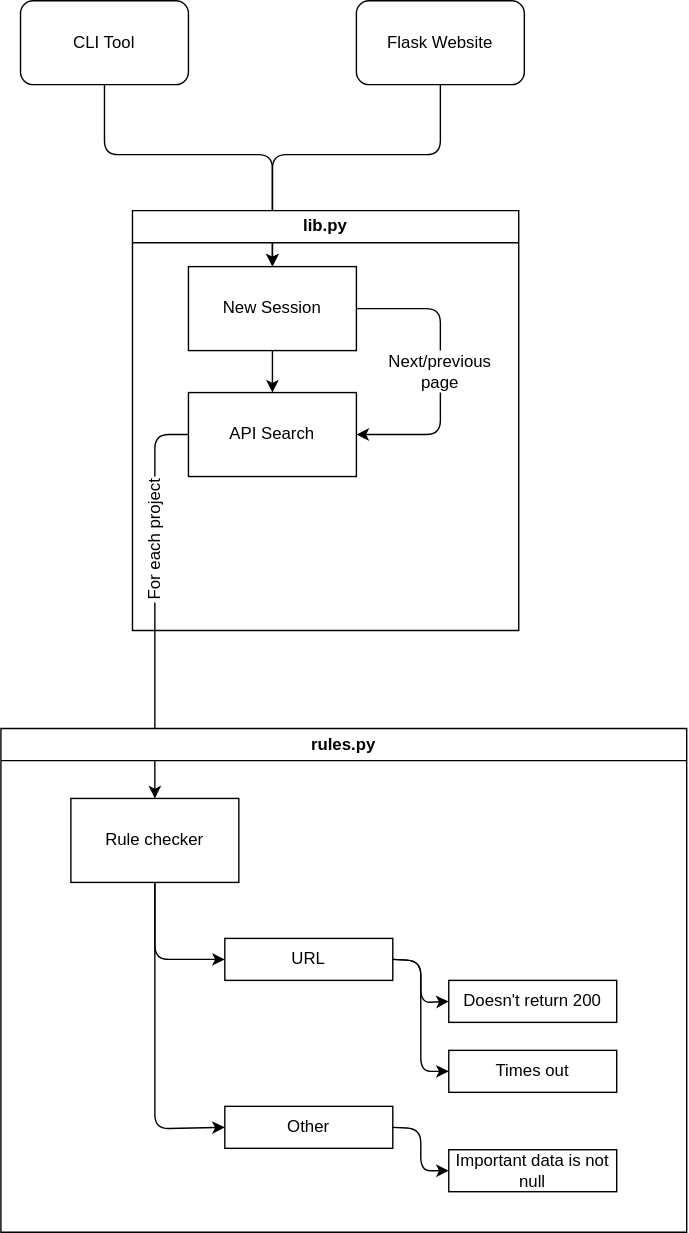
Before: architecture.drawio.svg, a diagram exported from draw.io (3top1a/biotools-linter). Source tidied: cells renumbered, new cells last; positions are measured from the earlier drawing's top-left corner, leaving out a move shared by most shapes. The source it was exported from:
```xml
<mxGraphModel>
  <root>
    <mxCell id="0" />
    <mxCell id="1" parent="0" />
    <mxCell id="2" style="edgeStyle=none;html=1;exitX=0.5;exitY=1;exitDx=0;exitDy=0;entryX=0.5;entryY=0;entryDx=0;entryDy=0;" parent="1" edge="1" source="3" target="10">
      <mxGeometry relative="1" as="geometry">
        <Array as="points">
          <mxPoint x="74" y="110" />
          <mxPoint x="194" y="110" />
        </Array>
      </mxGeometry>
    </mxCell>
    <mxCell id="3" value="CLI Tool" style="rounded=1;whiteSpace=wrap;html=1;" parent="1" vertex="1">
      <mxGeometry x="14" width="120" height="60" as="geometry" />
    </mxCell>
    <mxCell id="4" style="edgeStyle=none;html=1;exitX=0.5;exitY=1;exitDx=0;exitDy=0;entryX=0.5;entryY=0;entryDx=0;entryDy=0;" parent="1" edge="1" source="5" target="10">
      <mxGeometry relative="1" as="geometry">
        <Array as="points">
          <mxPoint x="314" y="110" />
          <mxPoint x="194" y="110" />
        </Array>
      </mxGeometry>
    </mxCell>
    <mxCell id="5" value="Flask Website" style="rounded=1;whiteSpace=wrap;html=1;" parent="1" vertex="1">
      <mxGeometry x="254" width="120" height="60" as="geometry" />
    </mxCell>
    <mxCell id="6" style="edgeStyle=none;html=1;exitX=0;exitY=0.5;exitDx=0;exitDy=0;entryX=0.5;entryY=0;entryDx=0;entryDy=0;startArrow=none;" parent="1" edge="1" source="12" target="17">
      <mxGeometry relative="1" as="geometry" />
    </mxCell>
    <mxCell id="7" value="lib.py" style="swimlane;whiteSpace=wrap;html=1;" parent="1" vertex="1">
      <mxGeometry x="94" y="150" width="276" height="300" as="geometry" />
    </mxCell>
    <mxCell id="8" value="API Search" style="whiteSpace=wrap;html=1;rounded=0;" parent="7" vertex="1">
      <mxGeometry x="40" y="130" width="120" height="60" as="geometry" />
    </mxCell>
    <mxCell id="9" style="edgeStyle=none;html=1;exitX=0.5;exitY=1;exitDx=0;exitDy=0;entryX=1;entryY=0.5;entryDx=0;entryDy=0;startArrow=none;" parent="7" edge="1" source="14" target="8">
      <mxGeometry relative="1" as="geometry">
        <Array as="points">
          <mxPoint x="220" y="160" />
        </Array>
      </mxGeometry>
    </mxCell>
    <mxCell id="10" value="New Session" style="rounded=0;whiteSpace=wrap;html=1;" parent="7" vertex="1">
      <mxGeometry x="40" y="40" width="120" height="60" as="geometry" />
    </mxCell>
    <mxCell id="11" style="edgeStyle=none;html=1;exitX=0.5;exitY=1;exitDx=0;exitDy=0;entryX=0.5;entryY=0;entryDx=0;entryDy=0;" parent="7" edge="1" source="10" target="8">
      <mxGeometry relative="1" as="geometry" />
    </mxCell>
    <mxCell id="12" value="For each project" style="text;html=1;strokeColor=none;fillColor=none;align=center;verticalAlign=middle;whiteSpace=wrap;rounded=0;rotation=-90;" parent="7" vertex="1">
      <mxGeometry x="-29" y="220" width="90" height="30" as="geometry" />
    </mxCell>
    <mxCell id="13" style="edgeStyle=none;html=1;exitX=0;exitY=0.5;exitDx=0;exitDy=0;entryX=1;entryY=0.5;entryDx=0;entryDy=0;endArrow=none;" parent="7" edge="1" source="8" target="12">
      <mxGeometry relative="1" as="geometry">
        <Array as="points">
          <mxPoint x="16" y="160" />
        </Array>
      </mxGeometry>
    </mxCell>
    <mxCell id="14" value="Next/previous page" style="text;html=1;strokeColor=none;fillColor=none;align=center;verticalAlign=middle;whiteSpace=wrap;rounded=0;" parent="7" vertex="1">
      <mxGeometry x="190" y="100" width="60" height="30" as="geometry" />
    </mxCell>
    <mxCell id="15" style="edgeStyle=none;html=1;exitX=1;exitY=0.5;exitDx=0;exitDy=0;entryX=0.5;entryY=0;entryDx=0;entryDy=0;endArrow=none;" parent="7" edge="1" source="10" target="14">
      <mxGeometry relative="1" as="geometry">
        <Array as="points">
          <mxPoint x="220" y="70" />
        </Array>
      </mxGeometry>
    </mxCell>
    <mxCell id="16" value="rules.py" style="swimlane;whiteSpace=wrap;html=1;" parent="1" vertex="1">
      <mxGeometry y="520" width="490" height="360" as="geometry" />
    </mxCell>
    <mxCell id="17" value="Rule checker" style="rounded=0;whiteSpace=wrap;html=1;" parent="16" vertex="1">
      <mxGeometry x="50" y="50" width="120" height="60" as="geometry" />
    </mxCell>
    <mxCell id="18" value="URL" style="rounded=0;whiteSpace=wrap;html=1;" parent="16" vertex="1">
      <mxGeometry x="160" y="150" width="120" height="30" as="geometry" />
    </mxCell>
    <mxCell id="19" style="edgeStyle=none;html=1;exitX=0.5;exitY=1;exitDx=0;exitDy=0;entryX=0;entryY=0.5;entryDx=0;entryDy=0;" parent="16" edge="1" source="17" target="18">
      <mxGeometry relative="1" as="geometry">
        <Array as="points">
          <mxPoint x="110" y="165" />
        </Array>
      </mxGeometry>
    </mxCell>
    <mxCell id="20" value="Other" style="rounded=0;whiteSpace=wrap;html=1;" parent="16" vertex="1">
      <mxGeometry x="160" y="270" width="120" height="30" as="geometry" />
    </mxCell>
    <mxCell id="21" style="edgeStyle=none;html=1;exitX=0.5;exitY=1;exitDx=0;exitDy=0;entryX=0;entryY=0.5;entryDx=0;entryDy=0;" parent="16" edge="1" source="17" target="20">
      <mxGeometry relative="1" as="geometry">
        <Array as="points">
          <mxPoint x="110" y="286" />
        </Array>
      </mxGeometry>
    </mxCell>
    <mxCell id="22" value="Doesn't return 200" style="rounded=0;whiteSpace=wrap;html=1;" parent="16" vertex="1">
      <mxGeometry x="320" y="180" width="120" height="30" as="geometry" />
    </mxCell>
    <mxCell id="23" style="edgeStyle=none;html=1;exitX=1;exitY=0.5;exitDx=0;exitDy=0;entryX=0;entryY=0.5;entryDx=0;entryDy=0;" parent="16" edge="1" source="18" target="22">
      <mxGeometry relative="1" as="geometry">
        <Array as="points">
          <mxPoint x="300" y="166" />
          <mxPoint x="300" y="196" />
        </Array>
      </mxGeometry>
    </mxCell>
    <mxCell id="24" value="Times out" style="rounded=0;whiteSpace=wrap;html=1;" parent="16" vertex="1">
      <mxGeometry x="320" y="230" width="120" height="30" as="geometry" />
    </mxCell>
    <mxCell id="25" style="edgeStyle=none;html=1;exitX=1;exitY=0.5;exitDx=0;exitDy=0;entryX=0;entryY=0.5;entryDx=0;entryDy=0;" parent="16" edge="1" source="18" target="24">
      <mxGeometry relative="1" as="geometry">
        <Array as="points">
          <mxPoint x="300" y="166" />
          <mxPoint x="300" y="245" />
        </Array>
      </mxGeometry>
    </mxCell>
    <mxCell id="26" value="Important data is not null" style="rounded=0;whiteSpace=wrap;html=1;" parent="16" vertex="1">
      <mxGeometry x="320" y="301" width="120" height="30" as="geometry" />
    </mxCell>
    <mxCell id="27" style="edgeStyle=none;html=1;entryX=0;entryY=0.5;entryDx=0;entryDy=0;exitX=1;exitY=0.5;exitDx=0;exitDy=0;" parent="16" edge="1" source="20" target="26">
      <mxGeometry relative="1" as="geometry">
        <Array as="points">
          <mxPoint x="300" y="286" />
          <mxPoint x="300" y="316" />
        </Array>
      </mxGeometry>
    </mxCell>
  </root>
</mxGraphModel>
```
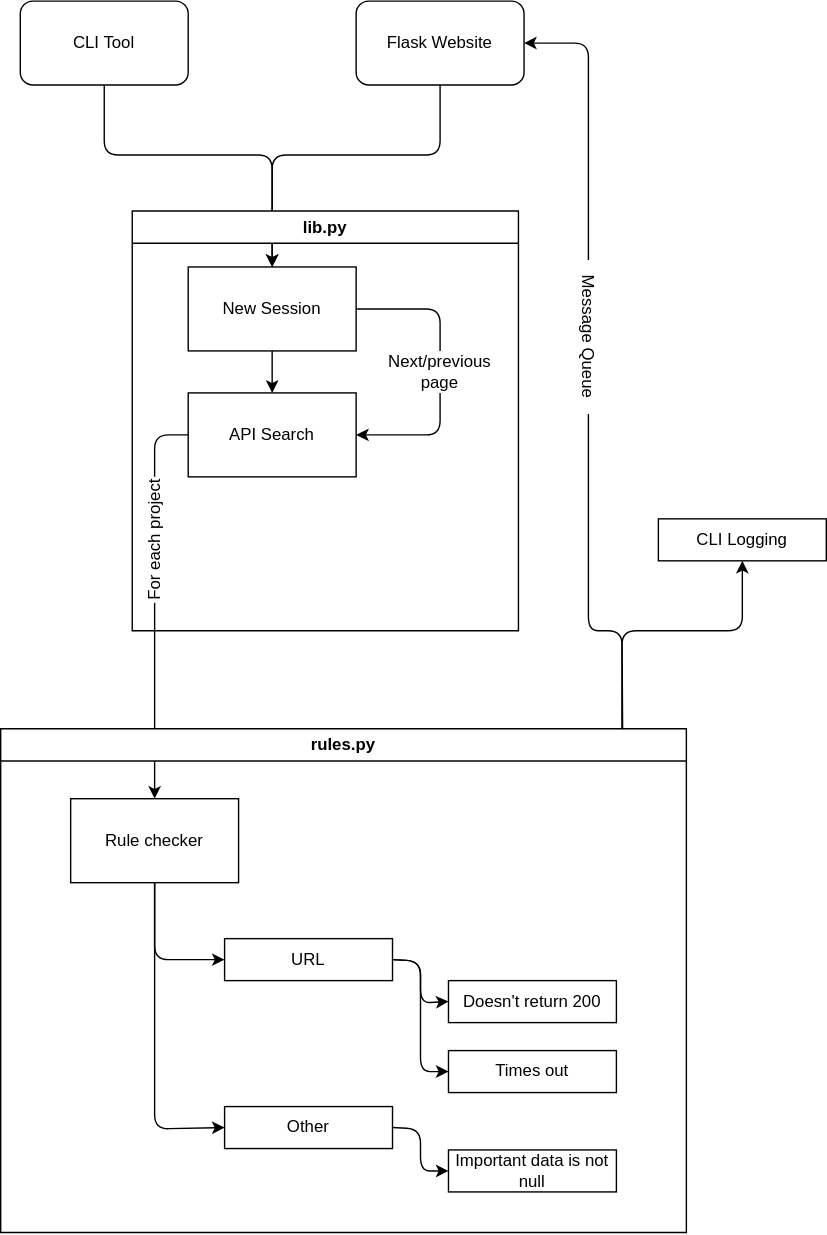
The same diagram one commit later.

What changed in the source:
```diff
@@ -66,6 +66,21 @@
         </Array>
       </mxGeometry>
     </mxCell>
+    <mxCell id="28" style="edgeStyle=none;html=1;entryX=0.5;entryY=1;entryDx=0;entryDy=0;exitX=0.906;exitY=-0.001;exitDx=0;exitDy=0;exitPerimeter=0;" parent="1" edge="1" source="16" target="30">
+      <mxGeometry relative="1" as="geometry">
+        <Array as="points">
+          <mxPoint x="444" y="450" />
+          <mxPoint x="530" y="450" />
+        </Array>
+      </mxGeometry>
+    </mxCell>
+    <mxCell id="29" style="edgeStyle=none;html=1;exitX=0;exitY=0.5;exitDx=0;exitDy=0;entryX=1;entryY=0.5;entryDx=0;entryDy=0;startArrow=none;" parent="1" edge="1" source="32" target="5">
+      <mxGeometry relative="1" as="geometry">
+        <Array as="points">
+          <mxPoint x="420" y="30" />
+        </Array>
+      </mxGeometry>
+    </mxCell>
     <mxCell id="16" value="rules.py" style="swimlane;whiteSpace=wrap;html=1;" parent="1" vertex="1">
       <mxGeometry y="520" width="490" height="360" as="geometry" />
     </mxCell>
@@ -125,5 +140,19 @@
         </Array>
       </mxGeometry>
     </mxCell>
+    <mxCell id="30" value="CLI Logging" style="rounded=0;whiteSpace=wrap;html=1;" parent="1" vertex="1">
+      <mxGeometry x="470" y="370" width="120" height="30" as="geometry" />
+    </mxCell>
+    <mxCell id="31" style="edgeStyle=none;html=1;exitX=0.907;exitY=0.001;exitDx=0;exitDy=0;entryX=1;entryY=0.5;entryDx=0;entryDy=0;exitPerimeter=0;endArrow=none;" parent="1" edge="1" source="16" target="32">
+      <mxGeometry relative="1" as="geometry">
+        <Array as="points">
+          <mxPoint x="444" y="450" />
+          <mxPoint x="420" y="450" />
+        </Array>
+      </mxGeometry>
+    </mxCell>
+    <mxCell id="32" value="Message Queue" style="text;html=1;strokeColor=none;fillColor=none;align=center;verticalAlign=middle;whiteSpace=wrap;rounded=0;rotation=90;" parent="1" vertex="1">
+      <mxGeometry x="365" y="225" width="110" height="30" as="geometry" />
+    </mxCell>
   </root>
 </mxGraphModel>
```
